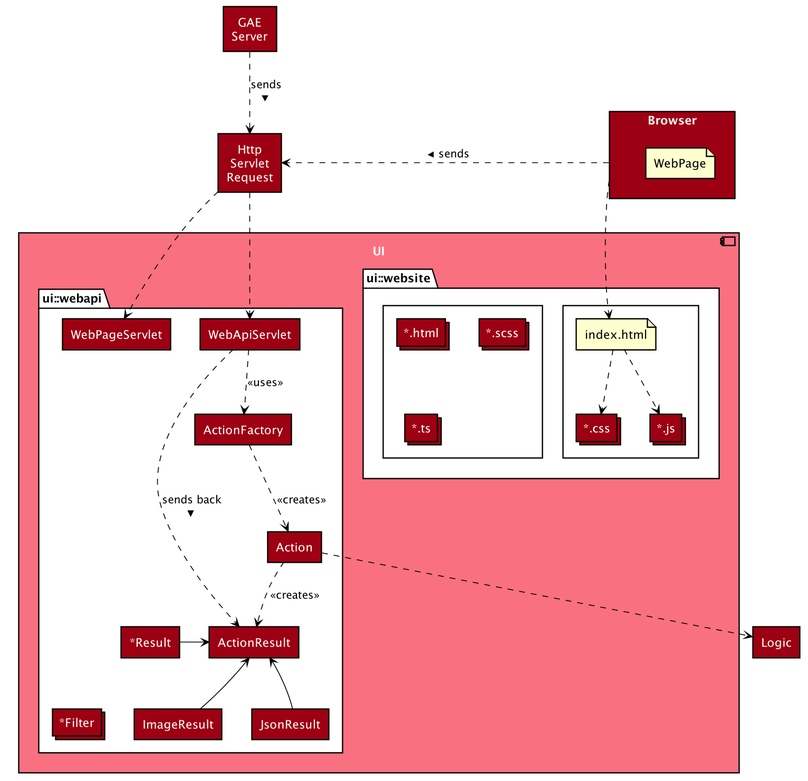
Above: docs/images/UiComponent.png in TEAMMATES/teammates (PlantUML), before the change.
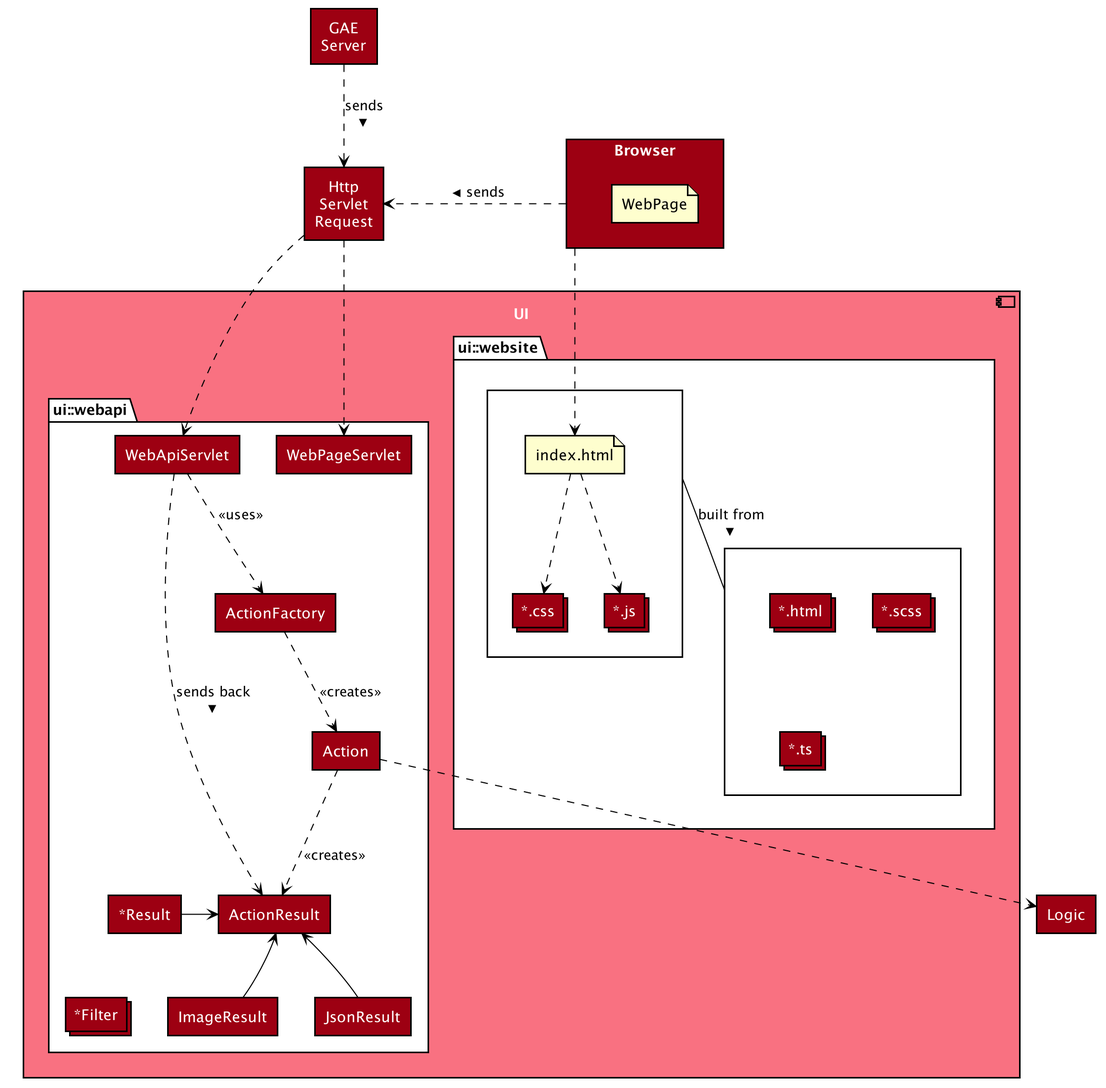
The same file after the commit.

The edit, as a diff of the source:
```diff
@@ -68,13 +68,13 @@
     }
 
     package "ui::website" as UiWebsite {
-        rectangle #FFFFFF {
+        rectangle Rect1 #FFFFFF {
             file "index.html" as IndexHtml
             collections "*.css" as Css
             collections "*.js" as Js
         }
 
-        rectangle #FFFFFF {
+        rectangle Rect2 #FFFFFF {
             collections "*.html" as Html
             collections "*.scss" as Scss
             collections "*.ts" as Ts
@@ -108,14 +108,18 @@
 IndexHtml ..> Js
 
 HSR -[hidden]down- Browser
-WebApiServlet -[hidden]right- ActionFactory
-ActionFactory -[hidden]right- Action
+WebApiServlet -[hidden]down- ActionFactory
+ActionFactory -[hidden]down- Action
 ActionFactory -[hidden]down- ActionResult
+WebApiServlet -[hidden]right- ActionResult
 Action -[hidden]down- ActionResult
 ActionResult -[hidden]down- ImageResult
 ActionResult -[hidden]down- JsonResult
 Filter -[hidden]right- ImageResult
-Browser -[hidden]down- IndexHtml
+Browser -[hidden]down- Rect1
+
+Rect1 -[hidden]down- Rect2
+Rect1 - Rect2 : built from >
 
 
 @enduml
```
